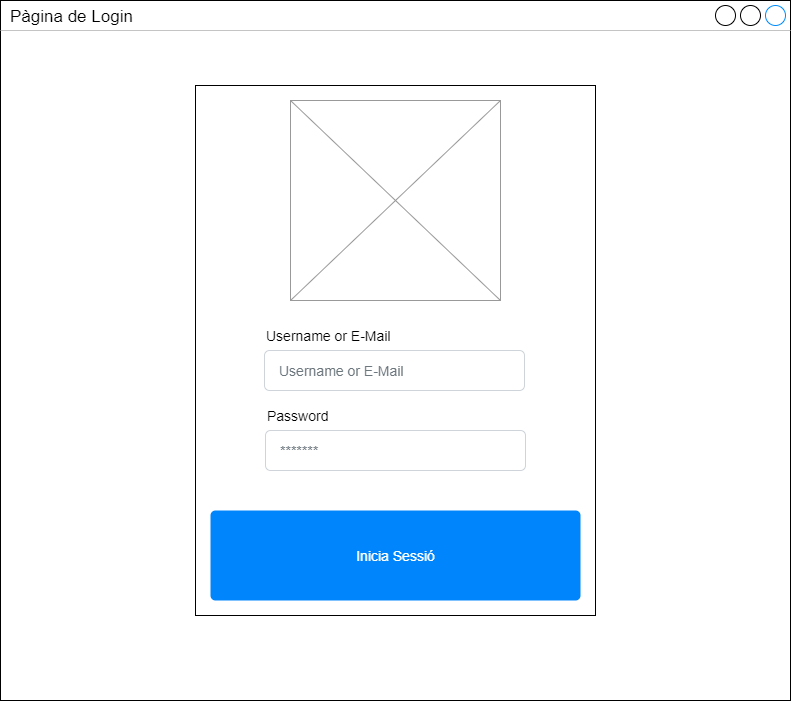
Before: Diagrames/wireframes/login.drawio.png, a diagram exported from draw.io (Projecte4-Webs-al-punt/Projecte4-Gestor-de-Torns-Professors). Source tidied: cells renumbered, new cells last; positions are measured from the earlier drawing's top-left corner, leaving out a move shared by most shapes.
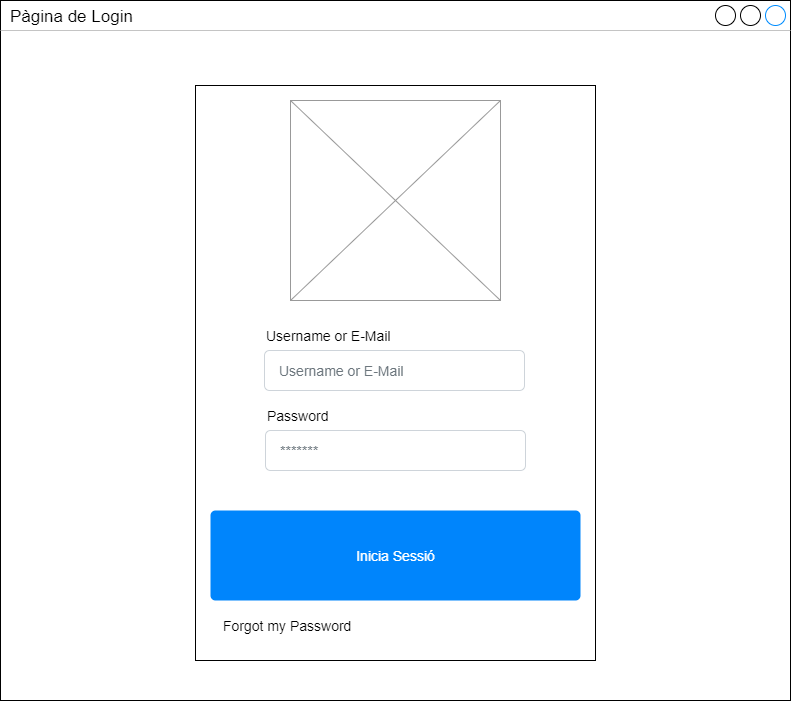
The same diagram one commit later.

Commit message:
canvis menors

What changed in the source:
```diff
@@ -6,7 +6,7 @@
       <mxGeometry width="790" height="700" as="geometry" />
     </mxCell>
     <mxCell id="3" style="rounded=0;whiteSpace=wrap;html=1;" parent="1" vertex="1">
-      <mxGeometry x="195" y="85" width="400" height="530" as="geometry" />
+      <mxGeometry x="195" y="85" width="400" height="575" as="geometry" />
     </mxCell>
     <mxCell id="4" style="verticalLabelPosition=bottom;shadow=0;dashed=0;align=center;html=1;verticalAlign=top;strokeWidth=1;shape=mxgraph.mockup.graphics.simpleIcon;strokeColor=#999999;" parent="1" vertex="1">
       <mxGeometry x="290" y="100" width="210" height="200" as="geometry" />
@@ -26,5 +26,8 @@
     <mxCell id="9" value="Inicia Sessió" style="html=1;shadow=0;dashed=0;shape=mxgraph.bootstrap.rrect;rSize=5;fillColor=#0085FC;strokeColor=none;align=center;spacing=15;fontSize=14;fontColor=#ffffff;" parent="1" vertex="1">
       <mxGeometry x="210" y="510" width="370" height="90" as="geometry" />
     </mxCell>
+    <mxCell id="10" value="Forgot my Password" style="fillColor=none;strokeColor=none;align=left;fontSize=14;" parent="1" vertex="1">
+      <mxGeometry x="221" y="610" width="350" height="30" as="geometry" />
+    </mxCell>
   </root>
 </mxGraphModel>
```
